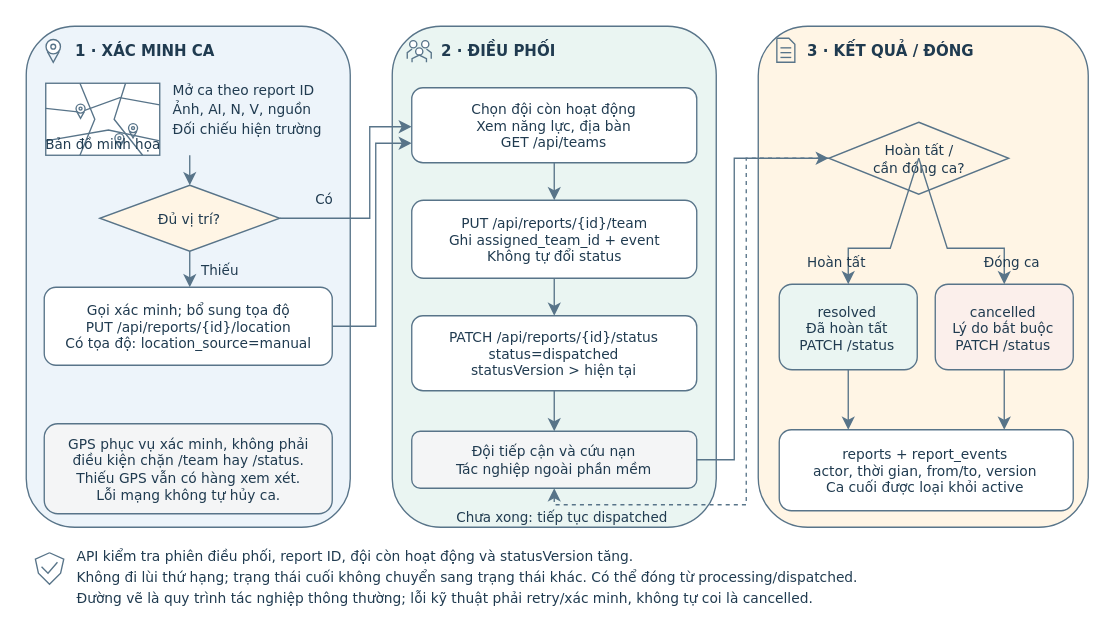
This is report/assets/diagrams/flow_08_dispatch_lifecycle.drawio from ngthtrong/nckh2, a draw.io file, before an edit. Source tidied: cells renumbered, new cells numbered last; positions are measured from the earlier drawing's top-left corner, leaving out a move shared by most shapes. Both pictures are drawn from the tidied source at 150%, with x=0, y=0 at pixel (26, 26).
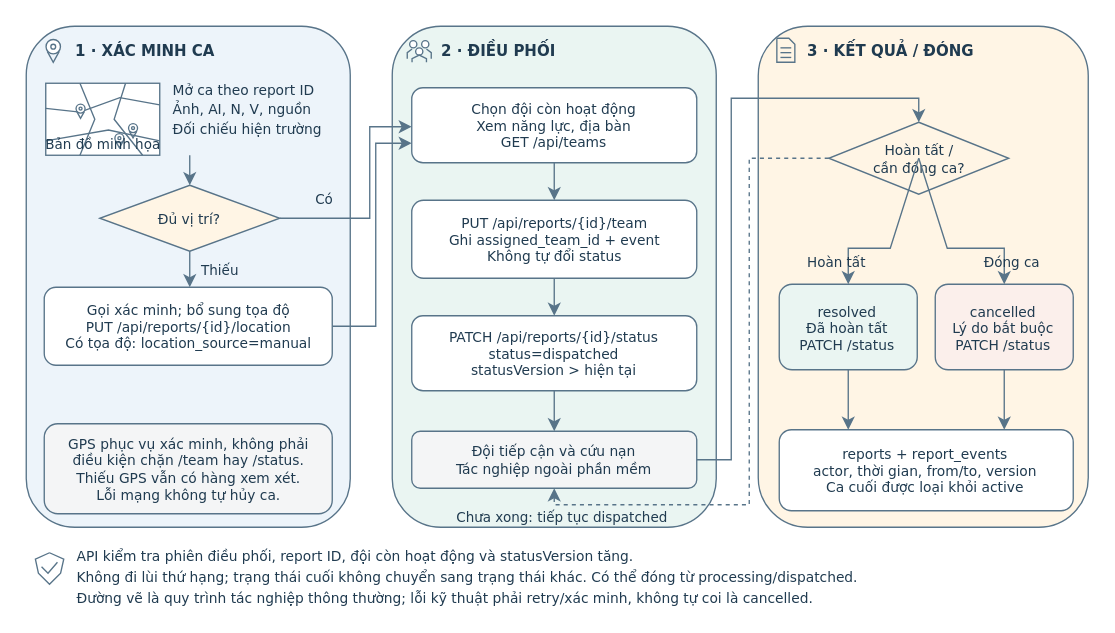
Above is the later version.

Unchanged cells that the change refers to:
```xml
<mxCell id="51" style="rounded=1;fillColor=#F4F5F6;strokeColor=#587489;strokeWidth=0.9;dashed=0;" parent="1" vertex="1">
  <mxGeometry x="257" y="270" width="190" height="38" as="geometry" />
</mxCell>
<mxCell id="53" style="rhombus;fillColor=#FFF5E5;strokeColor=#587489;strokeWidth=0.9;dashed=0;" parent="1" vertex="1">
  <mxGeometry x="535" y="64" width="120" height="48" as="geometry" />
</mxCell>
```

What changed in the source:
```diff
@@
-    <mxCell id="70" style="html=1;rounded=0;strokeColor=#587489;strokeWidth=0.9;dashed=0;endArrow=classic;startArrow=none;exitX=1.0;exitY=0.5;entryX=0.0;entryY=0.5;" parent="1" edge="1" source="51" target="53">
+    <mxCell id="70" style="html=1;rounded=0;strokeColor=#587489;strokeWidth=0.9;dashed=0;endArrow=classic;startArrow=none;exitX=1.0;exitY=0.5;entryX=0.5;entryY=0.0;" parent="1" edge="1" source="51" target="53">
       <mxGeometry relative="1" as="geometry">
         <Array as="points">
-          <mxPoint x="472" y="289" />
-          <mxPoint x="472" y="88" />
+          <mxPoint x="470" y="289" />
+          <mxPoint x="470" y="48" />
+          <mxPoint x="595" y="48" />
         </Array>
       </mxGeometry>
     </mxCell>
     <mxCell id="71" style="html=1;rounded=0;strokeColor=#587489;strokeWidth=0.9;dashed=1;endArrow=classic;startArrow=none;exitX=0.0;exitY=0.5;entryX=0.5;entryY=1.0;" parent="1" edge="1" source="53" target="51">
       <mxGeometry relative="1" as="geometry">
         <Array as="points">
-          <mxPoint x="480" y="88" />
-          <mxPoint x="480" y="319" />
+          <mxPoint x="482" y="88" />
+          <mxPoint x="482" y="319" />
           <mxPoint x="352" y="319" />
         </Array>
       </mxGeometry>
     </mxCell>
```
